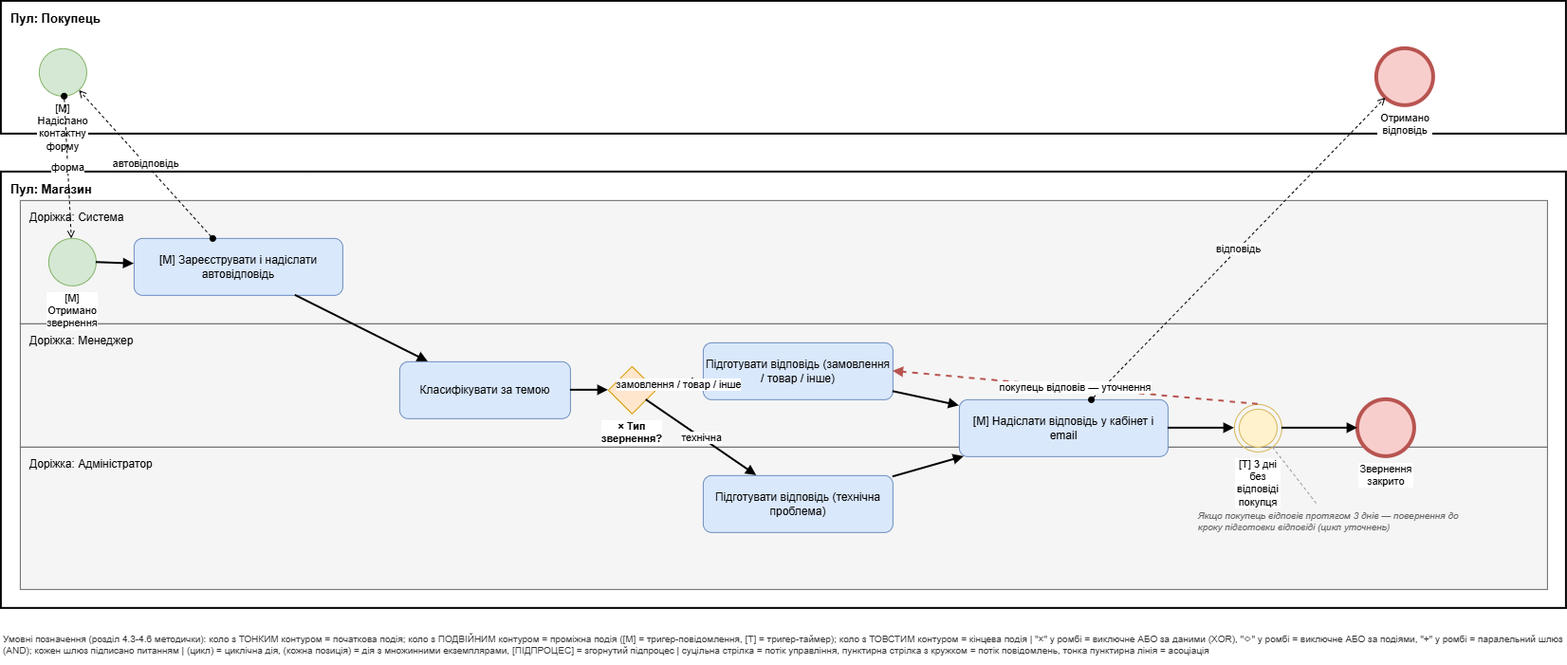
Earlier version of the draw.io export docs/sprint1/bpmn/03_zvernennya.drawio.png (vladyslavplotko/shopline-qa-team2b). Source tidied: cells renumbered, new cells last; positions are measured from the earlier drawing's top-left corner, leaving out a move shared by most shapes.
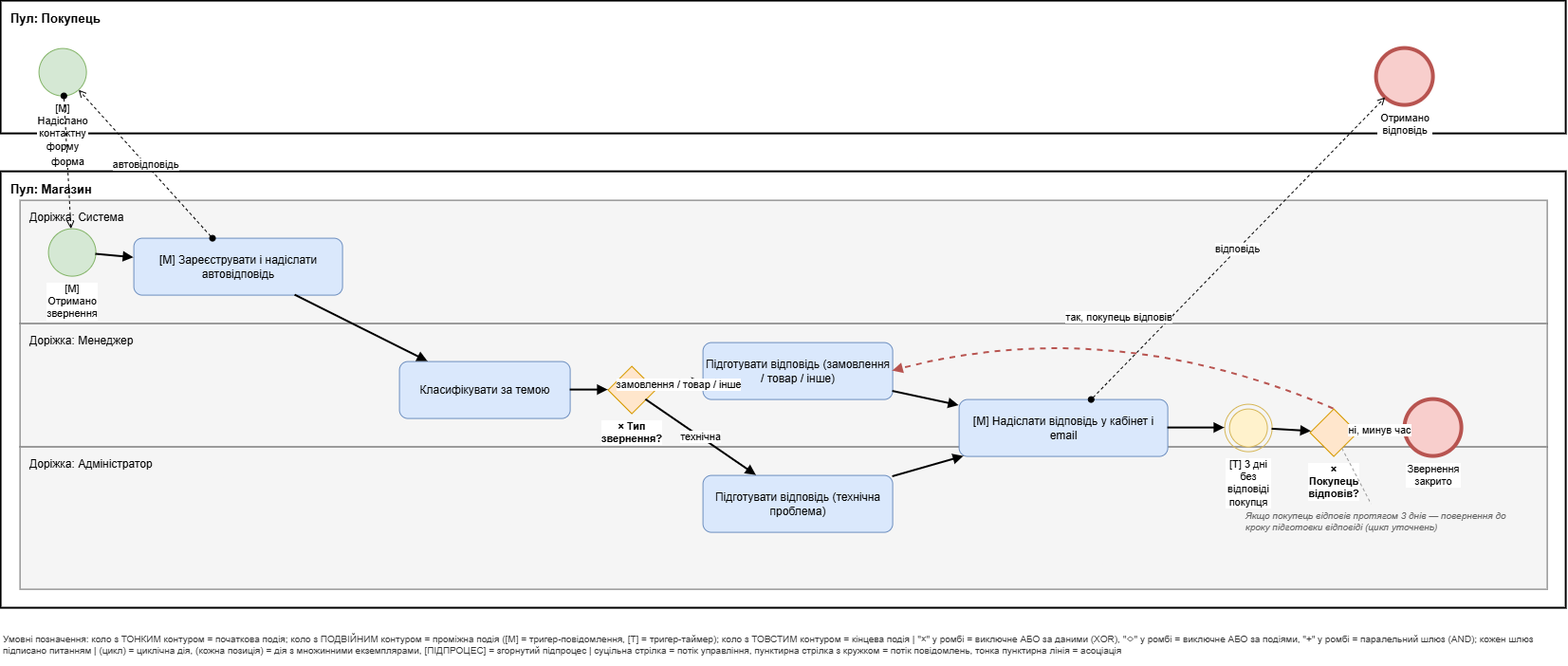
The same file after the commit.

Change to the diagram source:
```diff
@@ -24,7 +24,7 @@
       <mxGeometry x="20" y="470" width="1610" height="150" as="geometry" />
     </mxCell>
     <mxCell id="9" value="[M] Отримано звернення" style="ellipse;whiteSpace=wrap;html=1;strokeWidth=1;fillColor=#d5e8d4;strokeColor=#82b366;verticalLabelPosition=bottom;verticalAlign=top;labelBackgroundColor=#ffffff;fontSize=11;" parent="1" vertex="1">
-      <mxGeometry x="50" y="250" width="50" height="50" as="geometry" />
+      <mxGeometry x="50" y="240" width="50" height="50" as="geometry" />
     </mxCell>
     <mxCell id="10" value="[M] Зареєструвати і надіслати автовідповідь" style="rounded=1;whiteSpace=wrap;html=1;fillColor=#dae8fc;strokeColor=#6c8ebf;fontSize=12;" parent="1" vertex="1">
       <mxGeometry x="140" y="250" width="220" height="60" as="geometry" />
@@ -45,61 +45,71 @@
       <mxGeometry x="1010" y="420" width="220" height="60" as="geometry" />
     </mxCell>
     <mxCell id="16" value="[T] 3 дні без відповіді покупця" style="ellipse;whiteSpace=wrap;html=1;strokeWidth=1;fillColor=none;strokeColor=#d6b656;verticalLabelPosition=bottom;verticalAlign=top;labelBackgroundColor=#ffffff;fontSize=11;" parent="1" vertex="1">
-      <mxGeometry x="1300" y="425" width="50" height="50" as="geometry" />
+      <mxGeometry x="1290" y="425" width="50" height="50" as="geometry" />
     </mxCell>
     <mxCell id="17" style="ellipse;whiteSpace=wrap;html=1;strokeWidth=1;fillColor=#fff2cc;strokeColor=#d6b656;" parent="1" vertex="1">
-      <mxGeometry x="1305" y="430" width="40" height="40" as="geometry" />
+      <mxGeometry x="1295" y="430" width="40" height="40" as="geometry" />
     </mxCell>
-    <mxCell id="18" value="Звернення закрито" style="ellipse;whiteSpace=wrap;html=1;strokeWidth=4;fillColor=#f8cecc;strokeColor=#b85450;verticalLabelPosition=bottom;verticalAlign=top;labelBackgroundColor=#ffffff;fontSize=11;" parent="1" vertex="1">
-      <mxGeometry x="1430" y="420" width="60" height="60" as="geometry" />
+    <mxCell id="18" value="× Покупець відповів?" style="rhombus;whiteSpace=wrap;html=1;fillColor=#ffe6cc;strokeColor=#d79b00;verticalLabelPosition=bottom;verticalAlign=top;labelBackgroundColor=#ffffff;fontSize=11;fontStyle=1;" parent="1" vertex="1">
+      <mxGeometry x="1380" y="430" width="50" height="50" as="geometry" />
     </mxCell>
-    <mxCell id="19" value="Якщо покупець відповів протягом 3 днів — повернення до кроку підготовки відповіді (цикл уточнень)" style="text;html=1;align=left;verticalAlign=top;whiteSpace=wrap;fontSize=10;fontStyle=2;fontColor=#666666;" parent="1" vertex="1">
-      <mxGeometry x="1260" y="530" width="300" height="60" as="geometry" />
+    <mxCell id="19" value="Звернення закрито" style="ellipse;whiteSpace=wrap;html=1;strokeWidth=4;fillColor=#f8cecc;strokeColor=#b85450;verticalLabelPosition=bottom;verticalAlign=top;labelBackgroundColor=#ffffff;fontSize=11;" parent="1" vertex="1">
+      <mxGeometry x="1480" y="420" width="60" height="60" as="geometry" />
     </mxCell>
-    <mxCell id="20" style="endArrow=block;html=1;strokeWidth=2;rounded=0;" parent="1" edge="1" source="9" target="10">
-      <mxGeometry relative="1" as="geometry" />
+    <mxCell id="20" value="Якщо покупець відповів протягом 3 днів — повернення до кроку підготовки відповіді (цикл уточнень)" style="text;html=1;align=left;verticalAlign=top;whiteSpace=wrap;fontSize=10;fontStyle=2;fontColor=#666666;" parent="1" vertex="1">
+      <mxGeometry x="1310" y="530" width="300" height="60" as="geometry" />
     </mxCell>
-    <mxCell id="21" style="endArrow=block;html=1;strokeWidth=2;rounded=0;" parent="1" edge="1" source="10" target="11">
+    <mxCell id="21" style="endArrow=block;html=1;strokeWidth=2;rounded=0;" parent="1" edge="1" source="9" target="10">
       <mxGeometry relative="1" as="geometry" />
     </mxCell>
-    <mxCell id="22" style="endArrow=block;html=1;strokeWidth=2;rounded=0;" parent="1" edge="1" source="11" target="12">
+    <mxCell id="22" style="endArrow=block;html=1;strokeWidth=2;rounded=0;" parent="1" edge="1" source="10" target="11">
       <mxGeometry relative="1" as="geometry" />
     </mxCell>
-    <mxCell id="23" value="замовлення / товар / інше" style="endArrow=block;html=1;strokeWidth=2;rounded=0;" parent="1" edge="1" source="12" target="13">
+    <mxCell id="23" style="endArrow=block;html=1;strokeWidth=2;rounded=0;" parent="1" edge="1" source="11" target="12">
       <mxGeometry relative="1" as="geometry" />
     </mxCell>
-    <mxCell id="24" value="технічна" style="endArrow=block;html=1;strokeWidth=2;rounded=0;" parent="1" edge="1" source="12" target="14">
+    <mxCell id="24" value="замовлення / товар / інше" style="endArrow=block;html=1;strokeWidth=2;rounded=0;" parent="1" edge="1" source="12" target="13">
       <mxGeometry relative="1" as="geometry" />
     </mxCell>
-    <mxCell id="25" style="endArrow=block;html=1;strokeWidth=2;rounded=0;" parent="1" edge="1" source="13" target="15">
+    <mxCell id="25" value="технічна" style="endArrow=block;html=1;strokeWidth=2;rounded=0;" parent="1" edge="1" source="12" target="14">
       <mxGeometry relative="1" as="geometry" />
     </mxCell>
-    <mxCell id="26" style="endArrow=block;html=1;strokeWidth=2;rounded=0;" parent="1" edge="1" source="14" target="15">
+    <mxCell id="26" style="endArrow=block;html=1;strokeWidth=2;rounded=0;" parent="1" edge="1" source="13" target="15">
       <mxGeometry relative="1" as="geometry" />
     </mxCell>
-    <mxCell id="27" style="endArrow=block;html=1;strokeWidth=2;rounded=0;" parent="1" edge="1" source="15" target="16">
+    <mxCell id="27" style="endArrow=block;html=1;strokeWidth=2;rounded=0;" parent="1" edge="1" source="14" target="15">
       <mxGeometry relative="1" as="geometry" />
     </mxCell>
-    <mxCell id="28" style="endArrow=block;html=1;strokeWidth=2;rounded=0;" parent="1" edge="1" source="16" target="18">
+    <mxCell id="28" style="endArrow=block;html=1;strokeWidth=2;rounded=0;" parent="1" edge="1" source="15" target="16">
       <mxGeometry relative="1" as="geometry" />
     </mxCell>
-    <mxCell id="29" value="форма" style="endArrow=open;html=1;dashed=1;startArrow=oval;startFill=1;strokeWidth=1;strokeColor=#000000;" parent="1" edge="1" source="3" target="9">
+    <mxCell id="29" style="endArrow=block;html=1;strokeWidth=2;rounded=0;" parent="1" edge="1" source="16" target="18">
       <mxGeometry relative="1" as="geometry" />
     </mxCell>
-    <mxCell id="30" value="автовідповідь" style="endArrow=open;html=1;dashed=1;startArrow=oval;startFill=1;strokeWidth=1;strokeColor=#000000;" parent="1" edge="1" source="10" target="3">
+    <mxCell id="30" value="ні, минув час" style="endArrow=block;html=1;strokeWidth=2;rounded=0;" parent="1" edge="1" source="18" target="19">
       <mxGeometry relative="1" as="geometry" />
     </mxCell>
-    <mxCell id="31" value="відповідь" style="endArrow=open;html=1;dashed=1;startArrow=oval;startFill=1;strokeWidth=1;strokeColor=#000000;" parent="1" edge="1" source="15" target="4">
+    <mxCell id="31" value="форма" style="endArrow=open;html=1;dashed=1;startArrow=oval;startFill=1;strokeWidth=1;strokeColor=#000000;" parent="1" edge="1" source="3" target="9">
       <mxGeometry relative="1" as="geometry" />
     </mxCell>
-    <mxCell id="32" value="покупець відповів — уточнення" style="endArrow=block;html=1;strokeWidth=2;dashed=1;strokeColor=#b85450;exitX=0.5;exitY=0;entryX=1;entryY=0.5;curved=1;" parent="1" edge="1" source="16" target="13">
+    <mxCell id="32" value="автовідповідь" style="endArrow=open;html=1;dashed=1;startArrow=oval;startFill=1;strokeWidth=1;strokeColor=#000000;" parent="1" edge="1" source="10" target="3">
       <mxGeometry relative="1" as="geometry" />
     </mxCell>
-    <mxCell id="33" style="endArrow=none;html=1;dashed=1;strokeColor=#999999;" parent="1" edge="1" source="16" target="19">
+    <mxCell id="33" value="відповідь" style="endArrow=open;html=1;dashed=1;startArrow=oval;startFill=1;strokeWidth=1;strokeColor=#000000;" parent="1" edge="1" source="15" target="4">
       <mxGeometry relative="1" as="geometry" />
     </mxCell>
-    <mxCell id="34" value="Умовні позначення (розділ 4.3-4.6 методички): коло з ТОНКИМ контуром = початкова подія; коло з ПОДВІЙНИМ контуром = проміжна подія ([M] = тригер-повідомлення, [T] = тригер-таймер); коло з ТОВСТИМ контуром = кінцева подія | &quot;×&quot; у ромбі = виключне АБО за даними (XOR), &quot;◇&quot; у ромбі = виключне АБО за подіями, &quot;+&quot; у ромбі = паралельний шлюз (AND); кожен шлюз підписано питанням | (цикл) = циклічна дія, (кожна позиція) = дія з множинними екземплярами, [ПІДПРОЦЕС] = згорнутий підпроцес | суцільна стрілка = потік управління, пунктирна стрілка з кружком = потік повідомлень, тонка пунктирна лінія = асоціація" style="text;html=1;align=left;verticalAlign=top;whiteSpace=wrap;rounded=0;fontSize=10;fontColor=#333333;" parent="1" vertex="1">
-      <mxGeometry y="660" width="1650" height="40" as="geometry" />
+    <mxCell id="34" value="так, покупець відповів" style="endArrow=block;html=1;strokeWidth=2;dashed=1;strokeColor=#b85450;exitX=0.5;exitY=0;entryX=1;entryY=0.5;curved=1;" parent="1" edge="1" source="18" target="13">
+      <mxGeometry relative="1" as="geometry">
+        <Array as="points">
+          <mxPoint x="1170" y="330" />
+        </Array>
+      </mxGeometry>
     </mxCell>
+    <mxCell id="35" style="endArrow=none;html=1;dashed=1;strokeColor=#999999;" parent="1" edge="1" source="18" target="20">
+      <mxGeometry relative="1" as="geometry" />
+    </mxCell>
+    <mxCell id="36" value="Умовні позначення: коло з ТОНКИМ контуром = початкова подія; коло з ПОДВІЙНИМ контуром = проміжна подія ([M] = тригер-повідомлення, [T] = тригер-таймер); коло з ТОВСТИМ контуром = кінцева подія | &quot;×&quot; у ромбі = виключне АБО за даними (XOR), &quot;◇&quot; у ромбі = виключне АБО за подіями, &quot;+&quot; у ромбі = паралельний шлюз (AND); кожен шлюз підписано питанням | (цикл) = циклічна дія, (кожна позиція) = дія з множинними екземплярами, [ПІДПРОЦЕС] = згорнутий підпроцес | суцільна стрілка = потік управління, пунктирна стрілка з кружком = потік повідомлень, тонка пунктирна лінія = асоціація" style="text;html=1;align=left;verticalAlign=top;whiteSpace=wrap;rounded=0;fontSize=10;fontColor=#333333;" parent="1" vertex="1">
+      <mxGeometry y="660" width="1650" height="40" as="geometry" />
+    </mxCell>
   </root>
 </mxGraphModel>
```
